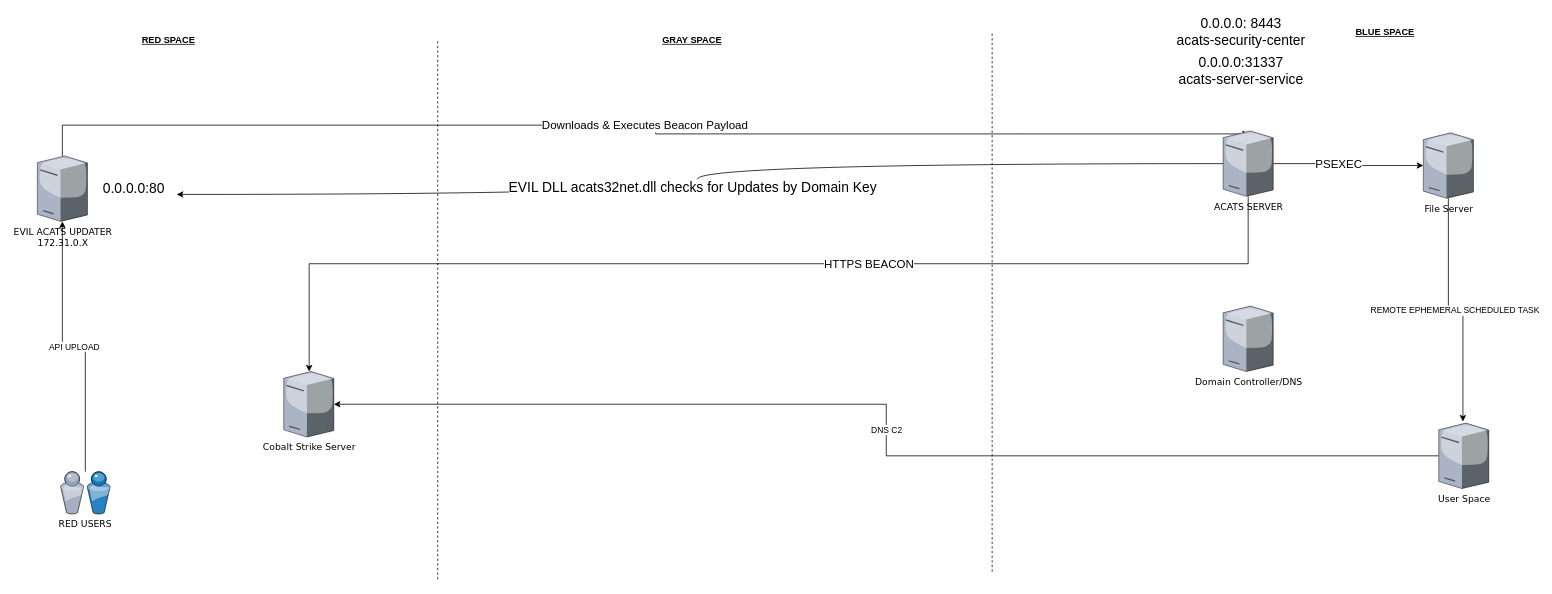
Before: Untitled Diagram.drawio in arosenmund/attack-diagrams, a draw.io diagram. Source tidied: cells renumbered, new cells numbered last; positions are measured from the earlier drawing's top-left corner, leaving out a move shared by most shapes. Both pictures are drawn from the tidied source at 77%, with x=0, y=0 at pixel (37, 13).
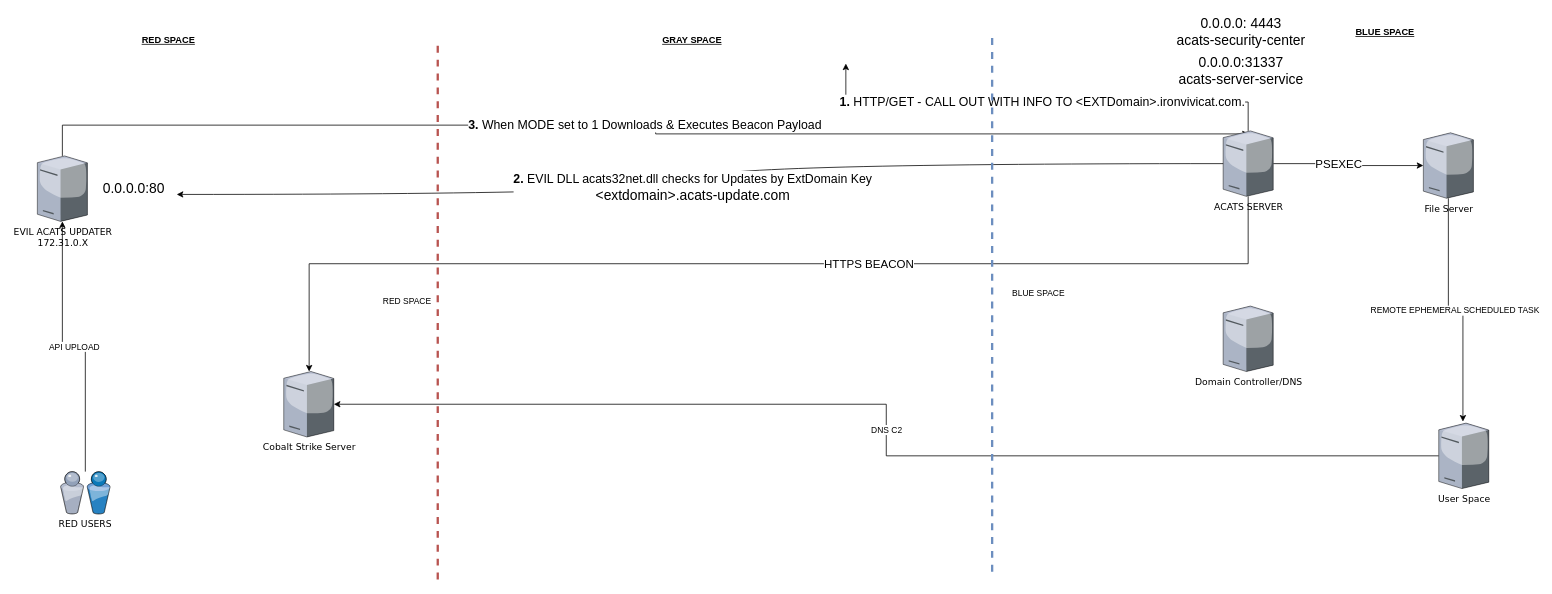
After the change.

Unchanged cells that the change refers to:
```xml
<mxCell id="5" value="EVIL ACATS UPDATER&lt;br&gt;172.31.0.X" style="verticalLabelPosition=bottom;html=1;verticalAlign=top;strokeColor=none;shape=mxgraph.citrix.tower_server;rounded=0;shadow=0;comic=0;fontFamily=Verdana;" parent="1" vertex="1">
  <mxGeometry y="185" width="65" height="85" as="geometry" />
</mxCell>
<mxCell id="10" value="&lt;font style=&quot;font-size: 18px;&quot;&gt;0.0.0.0:80&lt;/font&gt;" style="text;html=1;align=center;verticalAlign=middle;points=[];strokeColor=none;fillColor=none;" parent="1" vertex="1">
  <mxGeometry x="75" y="217.5" width="100" height="20" as="geometry" />
</mxCell>
<mxCell id="15" value="ACATS SERVER" style="verticalLabelPosition=bottom;html=1;verticalAlign=top;strokeColor=none;shape=mxgraph.citrix.tower_server;rounded=0;shadow=0;comic=0;fontFamily=Verdana;" parent="1" vertex="1">
  <mxGeometry x="1540" y="152.5" width="65" height="85" as="geometry" />
</mxCell>
```

What changed in the source:
```diff
@@
-    <mxCell id="4" value="&lt;font style=&quot;font-size: 15px;&quot;&gt;Downloads &amp;amp; Executes Beacon Payload&lt;/font&gt;" style="edgeStyle=orthogonalEdgeStyle;rounded=0;jettySize=auto;html=1;entryX=0.513;entryY=0.046;entryDx=0;entryDy=0;entryPerimeter=0;" parent="1" edge="1" source="5" target="15">
+    <mxCell id="4" value="&lt;font style=&quot;font-size: 16px;&quot;&gt;&lt;b&gt;3.&lt;/b&gt; When MODE set to 1 Downloads &amp;amp; Executes Beacon Payload&lt;/font&gt;" style="edgeStyle=orthogonalEdgeStyle;rounded=0;jettySize=auto;html=1;entryX=0.513;entryY=0.046;entryDx=0;entryDy=0;entryPerimeter=0;" parent="1" edge="1" source="5" target="15">
       <mxGeometry relative="1" as="geometry">
         <Array as="points">
           <mxPoint x="33" y="145" />
           <mxPoint x="803" y="145" />
           <mxPoint x="803" y="156" />
         </Array>
       </mxGeometry>
     </mxCell>
@@
+    <mxCell id="26" value="&lt;font style=&quot;font-size: 16px;&quot;&gt;&lt;b&gt;1.&lt;/b&gt; HTTP/GET - CALL OUT WITH INFO TO &amp;lt;EXTDomain&amp;gt;.ironvivicat.com.&lt;/font&gt;" style="edgeStyle=orthogonalEdgeStyle;rounded=0;jettySize=auto;html=1;" parent="1" edge="1" source="15">
+      <mxGeometry relative="1" as="geometry">
+        <mxPoint x="1050" y="65" as="targetPoint" />
+        <Array as="points">
+          <mxPoint x="1573" y="115" />
+          <mxPoint x="1050" y="115" />
+        </Array>
+      </mxGeometry>
+    </mxCell>
@@
-    <mxCell id="16" value="EVIL DLL acats32net.dll checks for Updates by Domain Key" style="endArrow=classic;html=1;rounded=0;fontSize=18;entryX=1.06;entryY=0.875;entryDx=0;entryDy=0;entryPerimeter=0;edgeStyle=orthogonalEdgeStyle;curved=1;" parent="1" edge="1" source="15" target="10">
+    <mxCell id="16" value="&lt;font style=&quot;font-size: 16px;&quot;&gt;&lt;b&gt;2.&lt;/b&gt; EVIL DLL acats32net.dll checks for Updates by ExtDomain Key&lt;br&gt;&lt;/font&gt;&amp;lt;extdomain&amp;gt;.acats-update.com" style="endArrow=classic;html=1;rounded=0;fontSize=18;entryX=1.06;entryY=0.875;entryDx=0;entryDy=0;entryPerimeter=0;edgeStyle=orthogonalEdgeStyle;curved=1;" parent="1" edge="1" source="15" target="10">
       <mxGeometry x="0.02" y="-7" relative="1" as="geometry" />
     </mxCell>
-    <mxCell id="17" value="0.0.0.0: 8443&lt;br&gt;acats-security-center" style="text;html=1;align=center;verticalAlign=middle;strokeColor=none;fillColor=none;fontSize=18;" parent="1" vertex="1">
+    <mxCell id="17" value="0.0.0.0: 4443&lt;br&gt;acats-security-center" style="text;html=1;align=center;verticalAlign=middle;strokeColor=none;fillColor=none;fontSize=18;" parent="1" vertex="1">
       <mxGeometry x="1472.5" width="180" height="50" as="geometry" />
     </mxCell>
@@
-    <mxCell id="19" style="endArrow=none;dashed=1;html=1;rounded=0;" parent="1" edge="1">
-      <mxGeometry relative="1" as="geometry">
+    <mxCell id="19" value="RED SPACE" style="endArrow=none;dashed=1;html=1;rounded=0;fillColor=#f8cecc;strokeColor=#b85450;strokeWidth=3;" parent="1" edge="1">
+      <mxGeometry x="0.03" y="40" relative="1" as="geometry">
         <mxPoint x="520" y="735" as="sourcePoint" />
         <mxPoint x="520" y="35" as="targetPoint" />
       </mxGeometry>
     </mxCell>
@@
-    <mxCell id="22" style="endArrow=none;dashed=1;html=1;rounded=0;" parent="1" edge="1">
-      <mxGeometry relative="1" as="geometry">
+    <mxCell id="22" value="BLUE SPACE" style="endArrow=none;dashed=1;html=1;rounded=0;fillColor=#dae8fc;strokeColor=#6c8ebf;strokeWidth=3;" parent="1" edge="1">
+      <mxGeometry x="0.03" y="-60" relative="1" as="geometry">
         <mxPoint x="1240" y="725" as="sourcePoint" />
         <mxPoint x="1240" y="25" as="targetPoint" />
       </mxGeometry>
     </mxCell>
```
